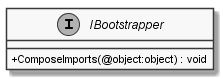
The PlantUML diagram documents/sd/resources/Classes/Core/MORR/IBootstrapper.png in insightmind/MORR, before a commit. Its diagram source:
```plantuml
@startuml
skinparam monochrome true
skinparam classAttributeIconSize 0

interface IBootstrapper {
    + ComposeImports(@object:object) : void
}
@enduml
```
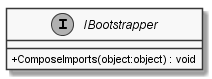
Later version of the same file.

The edit, as a diff of the source:
```diff
@@ -1,8 +1,7 @@
 @startuml
 skinparam monochrome true
 skinparam classAttributeIconSize 0
-
 interface IBootstrapper {
-    + ComposeImports(@object:object) : void
+    + ComposeImports(object:object) : void
 }
 @enduml
```
